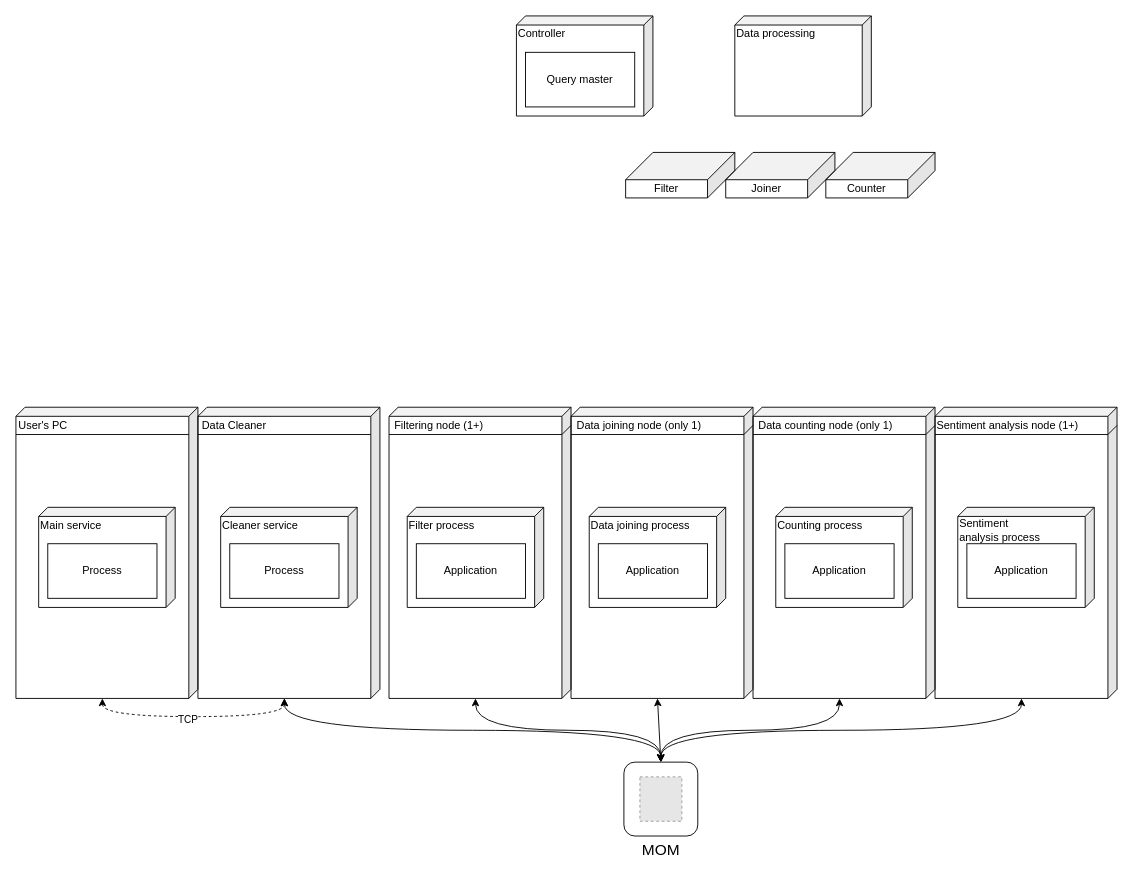
Above: page "Diagrama de despliegue" (2 of 9) of diagrams/diagramas.drawio in mateogdupont/escalabilidad (draw.io), before the change. Source tidied: cells renumbered, new cells numbered last; positions are measured from the earlier drawing's top-left corner, leaving out a move shared by most shapes. Both pictures are drawn from the tidied source at 91%, with x=0, y=0 at pixel (15, 15). Pictures stored in the file or linked from it are replaced by grey dashed boxes.
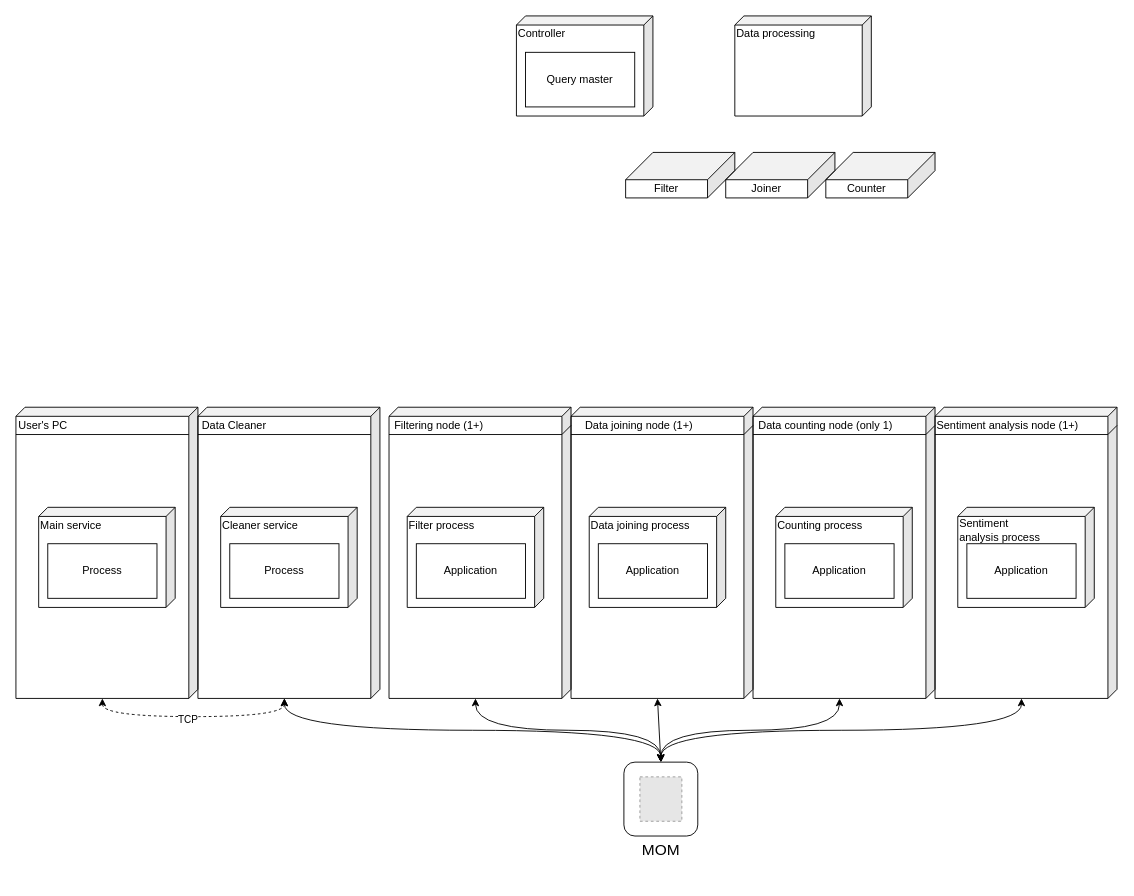
Above is the later version.

What changed in the source:
```diff
@@
-    <mxCell id="10" value="Data joining node (only 1)" style="text;html=1;align=center;verticalAlign=middle;whiteSpace=wrap;rounded=0;" parent="1" vertex="1">
+    <mxCell id="10" value="Data joining node (1+)" style="text;html=1;align=center;verticalAlign=middle;whiteSpace=wrap;rounded=0;" parent="1" vertex="1">
       <mxGeometry x="610" y="440" width="150" height="20" as="geometry" />
     </mxCell>
```
